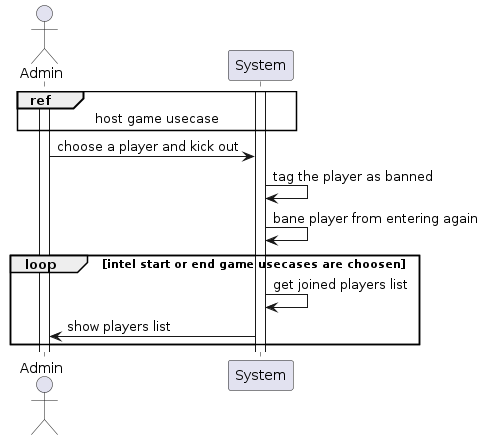
Above: thesis_tex/assets/diagrams/kick_player_out_SD.png in monoploy-game/thesis (PlantUML), before the change.
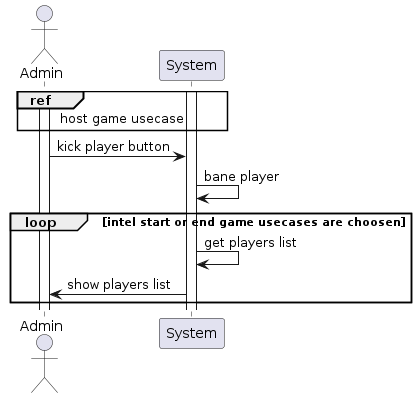
Later version of the same file.

What changed in the source:
```diff
@@ -7,12 +7,11 @@
 
 ref over Admin, System : host game usecase
 
-Admin ->  System : choose a player and kick out
-System -> System : tag the player as banned
-System -> System : bane player from entering again
+Admin ->  System : kick player button
+System -> System : bane player
 
 loop intel start or end game usecases are choosen
-    System -> System : get joined players list
+    System -> System : get players list
     System -> Admin : show players list
 end
 
```
